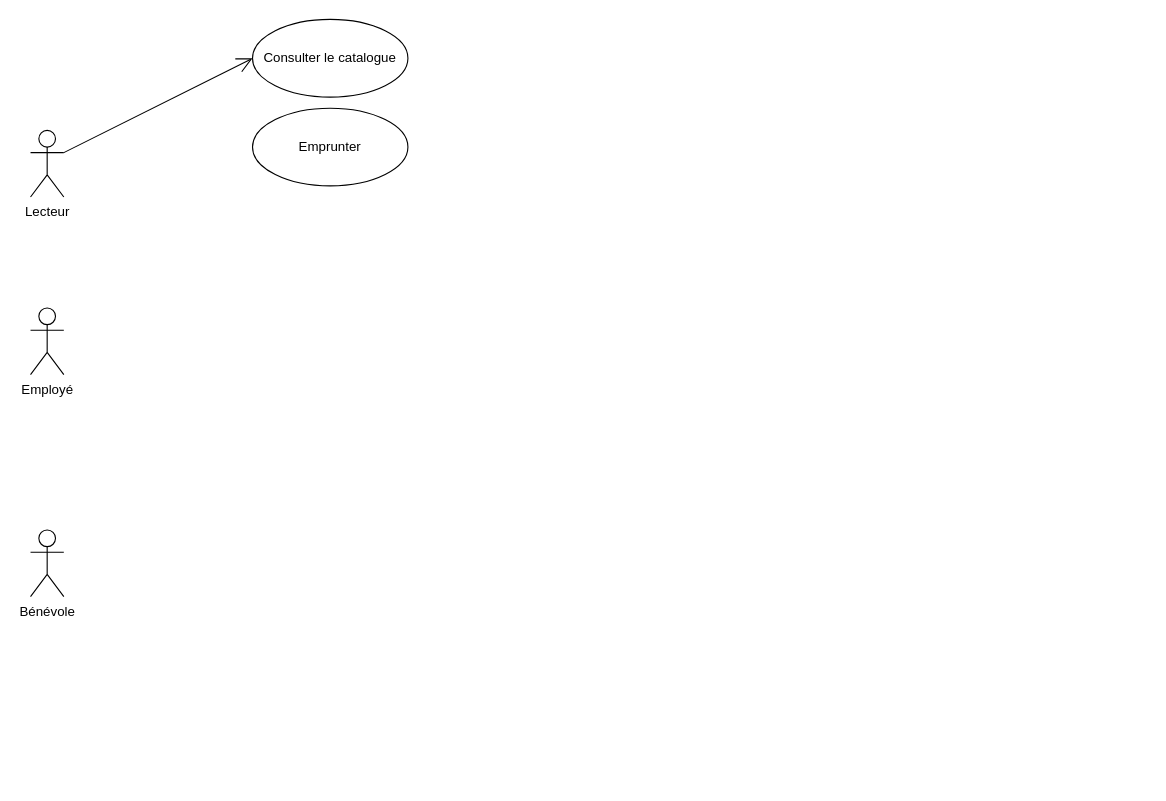
Earlier version of the draw.io diagram 5_CDA/Bibliotheque.drawio (pascal80000/Formation_AFPA_2022). Source tidied: cells renumbered, new cells numbered last; positions are measured from the earlier drawing's top-left corner, leaving out a move shared by most shapes. Both pictures are drawn from the tidied source at 111%, with x=0, y=0 at pixel (30, 19).
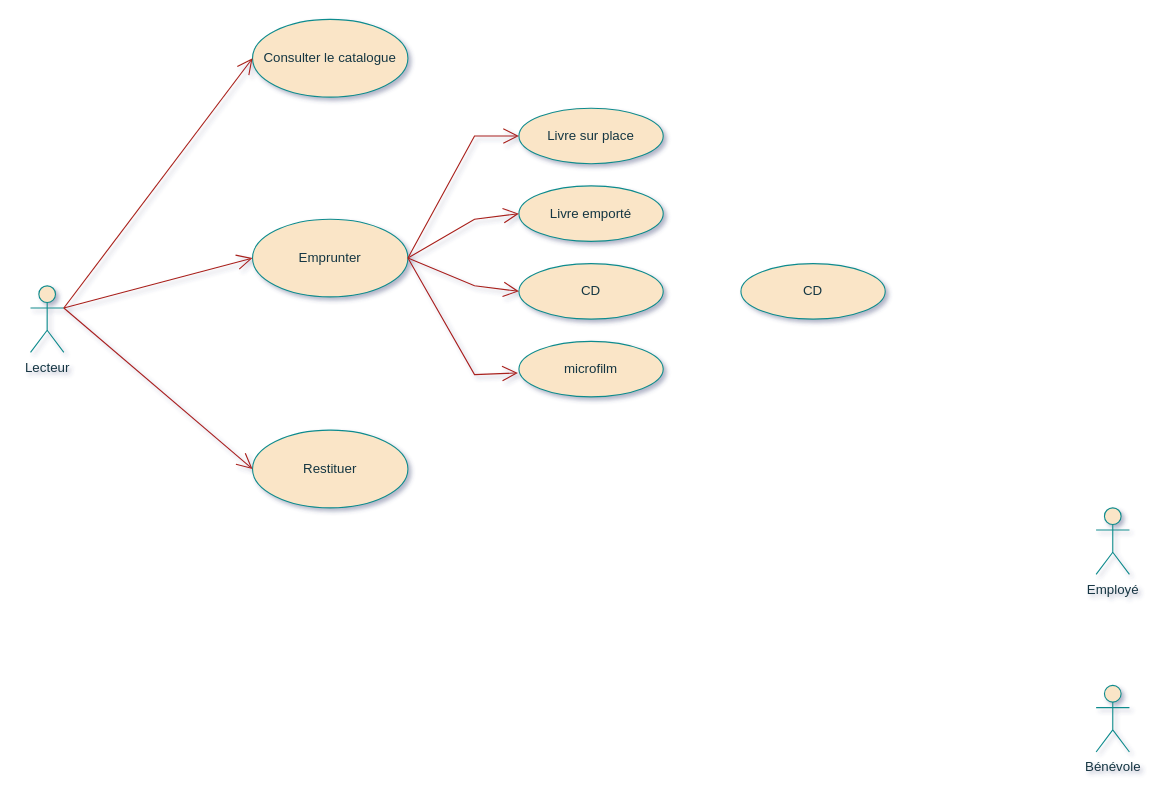
The same page after the edit.

Commit message (it also covers changes not shown here):
Mer 26 04 2023 màj

Diff of the diagram source:
```diff
@@
-<mxGraphModel>
+<mxGraphModel shadow="1">
@@
-    <mxCell id="2" value="Lecteur&lt;br&gt;" style="shape=umlActor;verticalLabelPosition=bottom;verticalAlign=top;html=1;" parent="1" vertex="1">
-      <mxGeometry y="100" width="30" height="60" as="geometry" />
+    <mxCell id="2" value="Lecteur&lt;br&gt;" style="shape=umlActor;verticalLabelPosition=bottom;verticalAlign=top;html=1;labelBackgroundColor=none;fillColor=#FAE5C7;strokeColor=#0F8B8D;fontColor=#143642;" parent="1" vertex="1">
+      <mxGeometry y="240" width="30" height="60" as="geometry" />
     </mxCell>
-    <mxCell id="3" value="Employé&lt;br&gt;" style="shape=umlActor;verticalLabelPosition=bottom;verticalAlign=top;html=1;" parent="1" vertex="1">
-      <mxGeometry y="260" width="30" height="60" as="geometry" />
+    <mxCell id="3" value="Employé&lt;br&gt;" style="shape=umlActor;verticalLabelPosition=bottom;verticalAlign=top;html=1;labelBackgroundColor=none;fillColor=#FAE5C7;strokeColor=#0F8B8D;fontColor=#143642;" parent="1" vertex="1">
+      <mxGeometry x="960" y="440" width="30" height="60" as="geometry" />
     </mxCell>
-    <mxCell id="4" value="Bénévole&lt;br&gt;" style="shape=umlActor;verticalLabelPosition=bottom;verticalAlign=top;html=1;" parent="1" vertex="1">
-      <mxGeometry y="460" width="30" height="60" as="geometry" />
+    <mxCell id="4" value="Bénévole&lt;br&gt;" style="shape=umlActor;verticalLabelPosition=bottom;verticalAlign=top;html=1;labelBackgroundColor=none;fillColor=#FAE5C7;strokeColor=#0F8B8D;fontColor=#143642;" parent="1" vertex="1">
+      <mxGeometry x="960" y="600" width="30" height="60" as="geometry" />
     </mxCell>
-    <mxCell id="5" value="Consulter le catalogue" style="ellipse;whiteSpace=wrap;html=1;" parent="1" vertex="1">
+    <mxCell id="5" value="Consulter le catalogue" style="ellipse;whiteSpace=wrap;html=1;labelBackgroundColor=none;fillColor=#FAE5C7;strokeColor=#0F8B8D;fontColor=#143642;" parent="1" vertex="1">
       <mxGeometry x="200" width="140" height="70" as="geometry" />
     </mxCell>
-    <mxCell id="6" style="endArrow=open;endFill=1;endSize=12;html=1;rounded=0;exitX=1;exitY=0.3333333333333333;exitDx=0;exitDy=0;exitPerimeter=0;entryX=0;entryY=0.5;entryDx=0;entryDy=0;" parent="1" edge="1" source="2" target="5">
+    <mxCell id="6" style="endArrow=open;endFill=1;endSize=12;html=1;rounded=0;exitX=1;exitY=0.3333333333333333;exitDx=0;exitDy=0;exitPerimeter=0;entryX=0;entryY=0.5;entryDx=0;entryDy=0;labelBackgroundColor=none;strokeColor=#A8201A;fontColor=default;" parent="1" edge="1" source="2" target="5">
       <mxGeometry relative="1" as="geometry" />
     </mxCell>
-    <mxCell id="7" value="Emprunter" style="ellipse;whiteSpace=wrap;html=1;" parent="1" vertex="1">
-      <mxGeometry x="200" y="80" width="140" height="70" as="geometry" />
+    <mxCell id="7" value="Emprunter" style="ellipse;whiteSpace=wrap;html=1;labelBackgroundColor=none;fillColor=#FAE5C7;strokeColor=#0F8B8D;fontColor=#143642;" parent="1" vertex="1">
+      <mxGeometry x="200" y="180" width="140" height="70" as="geometry" />
     </mxCell>
+    <mxCell id="8" style="endArrow=open;endFill=1;endSize=12;html=1;rounded=0;entryX=0;entryY=0.5;entryDx=0;entryDy=0;labelBackgroundColor=none;strokeColor=#A8201A;fontColor=default;" parent="1" edge="1" target="7">
+      <mxGeometry relative="1" as="geometry">
+        <mxPoint x="30" y="260" as="sourcePoint" />
+      </mxGeometry>
+    </mxCell>
+    <mxCell id="9" value="Restituer" style="ellipse;whiteSpace=wrap;html=1;labelBackgroundColor=none;fillColor=#FAE5C7;strokeColor=#0F8B8D;fontColor=#143642;" parent="1" vertex="1">
+      <mxGeometry x="200" y="370" width="140" height="70" as="geometry" />
+    </mxCell>
+    <mxCell id="10" style="endArrow=open;endFill=1;endSize=12;html=1;rounded=0;entryX=0;entryY=0.5;entryDx=0;entryDy=0;labelBackgroundColor=none;strokeColor=#A8201A;fontColor=default;" parent="1" edge="1" target="9">
+      <mxGeometry relative="1" as="geometry">
+        <mxPoint x="30" y="260" as="sourcePoint" />
+      </mxGeometry>
+    </mxCell>
+    <mxCell id="11" value="Livre sur place" style="ellipse;whiteSpace=wrap;html=1;labelBackgroundColor=none;fillColor=#FAE5C7;strokeColor=#0F8B8D;fontColor=#143642;" parent="1" vertex="1">
+      <mxGeometry x="440" y="80" width="130" height="50" as="geometry" />
+    </mxCell>
+    <mxCell id="12" value="Livre emporté" style="ellipse;whiteSpace=wrap;html=1;labelBackgroundColor=none;fillColor=#FAE5C7;strokeColor=#0F8B8D;fontColor=#143642;" parent="1" vertex="1">
+      <mxGeometry x="440" y="150" width="130" height="50" as="geometry" />
+    </mxCell>
+    <mxCell id="13" value="CD" style="ellipse;whiteSpace=wrap;html=1;labelBackgroundColor=none;fillColor=#FAE5C7;strokeColor=#0F8B8D;fontColor=#143642;" parent="1" vertex="1">
+      <mxGeometry x="440" y="220" width="130" height="50" as="geometry" />
+    </mxCell>
+    <mxCell id="14" value="microfilm" style="ellipse;whiteSpace=wrap;html=1;labelBackgroundColor=none;fillColor=#FAE5C7;strokeColor=#0F8B8D;fontColor=#143642;" parent="1" vertex="1">
+      <mxGeometry x="440" y="290" width="130" height="50" as="geometry" />
+    </mxCell>
+    <mxCell id="15" style="endArrow=open;endFill=1;endSize=12;html=1;rounded=0;entryX=-0.007;entryY=0.57;entryDx=0;entryDy=0;labelBackgroundColor=none;strokeColor=#A8201A;fontColor=default;exitX=1;exitY=0.5;exitDx=0;exitDy=0;entryPerimeter=0;" parent="1" edge="1" source="7" target="14">
+      <mxGeometry relative="1" as="geometry">
+        <Array as="points">
+          <mxPoint x="400" y="320" />
+        </Array>
+      </mxGeometry>
+    </mxCell>
+    <mxCell id="16" style="endArrow=open;endFill=1;endSize=12;html=1;rounded=0;entryX=0;entryY=0.5;entryDx=0;entryDy=0;labelBackgroundColor=none;strokeColor=#A8201A;fontColor=default;exitX=1;exitY=0.5;exitDx=0;exitDy=0;" parent="1" edge="1" source="7" target="13">
+      <mxGeometry relative="1" as="geometry">
+        <Array as="points">
+          <mxPoint x="400" y="240" />
+        </Array>
+      </mxGeometry>
+    </mxCell>
+    <mxCell id="17" style="endArrow=open;endFill=1;endSize=12;html=1;rounded=0;entryX=0;entryY=0.5;entryDx=0;entryDy=0;labelBackgroundColor=none;strokeColor=#A8201A;fontColor=default;exitX=1;exitY=0.5;exitDx=0;exitDy=0;" parent="1" edge="1" source="7" target="12">
+      <mxGeometry relative="1" as="geometry">
+        <Array as="points">
+          <mxPoint x="400" y="180" />
+        </Array>
+      </mxGeometry>
+    </mxCell>
+    <mxCell id="18" style="endArrow=open;endFill=1;endSize=12;html=1;rounded=0;entryX=0;entryY=0.5;entryDx=0;entryDy=0;labelBackgroundColor=none;strokeColor=#A8201A;fontColor=default;exitX=1;exitY=0.5;exitDx=0;exitDy=0;" parent="1" edge="1" source="7" target="11">
+      <mxGeometry relative="1" as="geometry">
+        <Array as="points">
+          <mxPoint x="400" y="105" />
+        </Array>
+      </mxGeometry>
+    </mxCell>
+    <mxCell id="19" value="CD" style="ellipse;whiteSpace=wrap;html=1;labelBackgroundColor=none;fillColor=#FAE5C7;strokeColor=#0F8B8D;fontColor=#143642;" parent="1" vertex="1">
+      <mxGeometry x="640" y="220" width="130" height="50" as="geometry" />
+    </mxCell>
```
